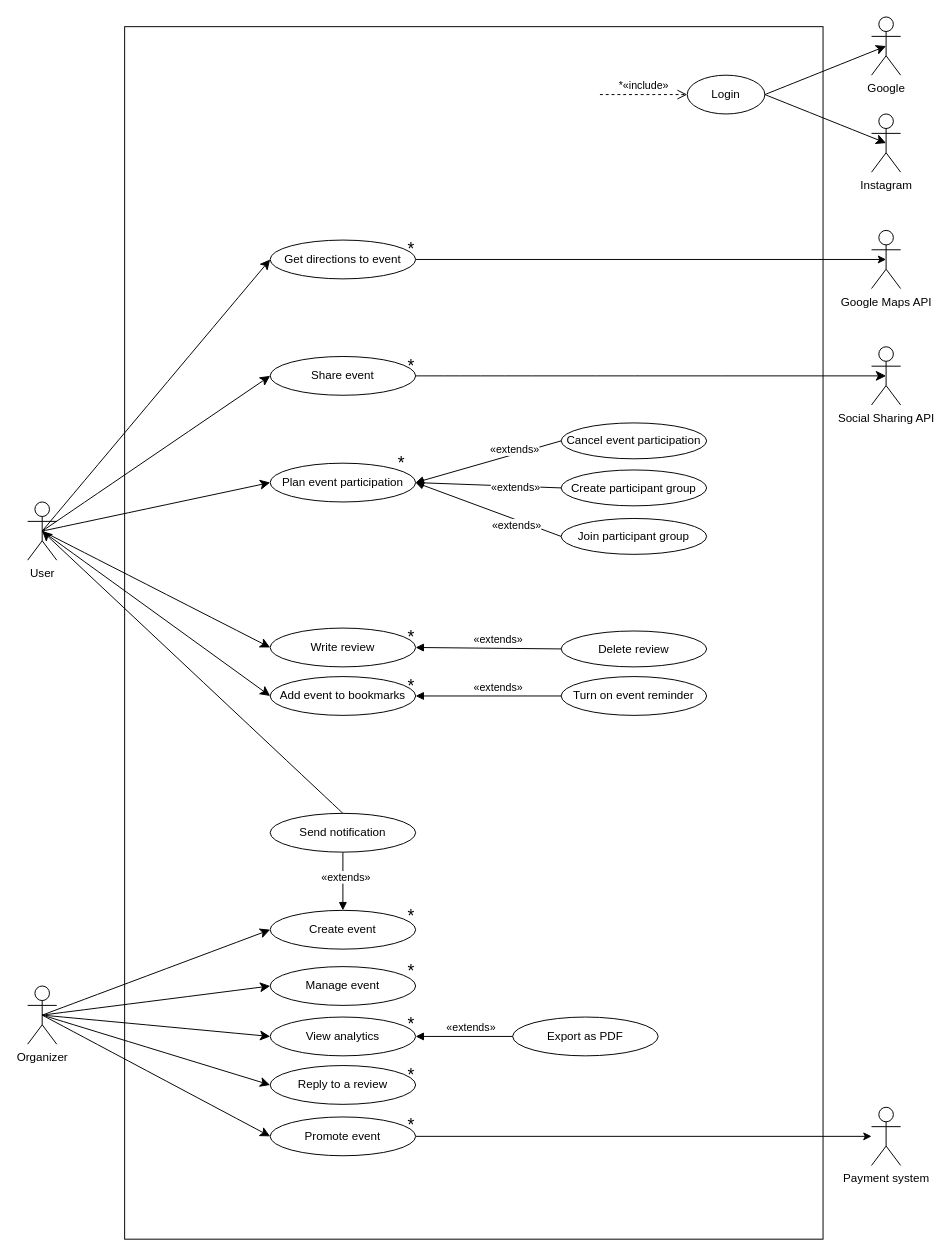
Earlier version of the draw.io diagram deliverables/UC - Use Case diagram/UC - diagram.drawio (DeveloperMatt02/NightPlan). Source tidied: cells renumbered, new cells numbered last; positions are measured from the earlier drawing's top-left corner, leaving out a move shared by most shapes. Both pictures are drawn from the tidied source at 97%, with x=0, y=0 at pixel (27, 16).
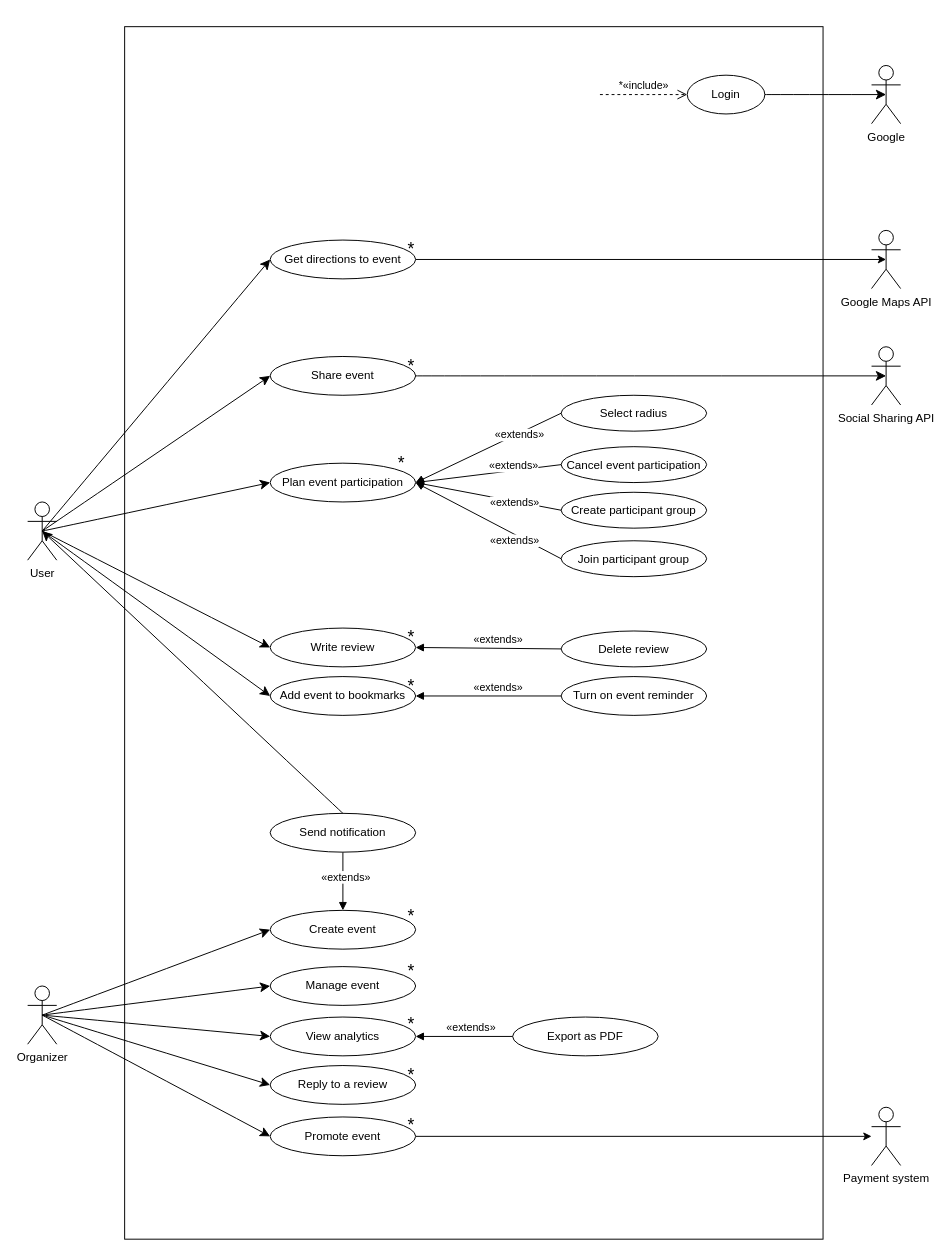
Above is the later version.

Unchanged cells that the change refers to:
```xml
<mxCell id="15" value="Plan event participation" style="ellipse;whiteSpace=wrap;html=1;" parent="1" vertex="1">
  <mxGeometry x="250" y="460" width="150" height="40" as="geometry" />
</mxCell>
<mxCell id="55" value="Login" style="ellipse;whiteSpace=wrap;html=1;" parent="1" vertex="1">
  <mxGeometry x="680" y="60" width="80" height="40" as="geometry" />
</mxCell>
```

What changed in the source:
```diff
@@
     <mxCell id="31" value="Cancel event participation" style="ellipse;whiteSpace=wrap;html=1;" parent="1" vertex="1">
-      <mxGeometry x="550" y="418.5" width="150" height="37" as="geometry" />
+      <mxGeometry x="550" y="443" width="150" height="37" as="geometry" />
     </mxCell>
@@
     <mxCell id="57" value="Google" style="shape=umlActor;verticalLabelPosition=bottom;verticalAlign=top;html=1;" parent="1" vertex="1">
-      <mxGeometry x="870" width="30" height="60" as="geometry" />
+      <mxGeometry x="870" y="50" width="30" height="60" as="geometry" />
     </mxCell>
     <mxCell id="58" value="Create participant group" style="ellipse;whiteSpace=wrap;html=1;" parent="1" vertex="1">
-      <mxGeometry x="550" y="467" width="150" height="37" as="geometry" />
+      <mxGeometry x="550" y="490" width="150" height="37" as="geometry" />
     </mxCell>
     <mxCell id="59" value="Join participant group" style="ellipse;whiteSpace=wrap;html=1;" parent="1" vertex="1">
-      <mxGeometry x="550" y="517" width="150" height="37" as="geometry" />
+      <mxGeometry x="550" y="540" width="150" height="37" as="geometry" />
     </mxCell>
@@
-    <mxCell id="62" value="Instagram" style="shape=umlActor;verticalLabelPosition=bottom;verticalAlign=top;html=1;" parent="1" vertex="1">
-      <mxGeometry x="870" y="100" width="30" height="60" as="geometry" />
-    </mxCell>
-    <mxCell id="63" style="edgeStyle=none;curved=1;rounded=0;jettySize=auto;html=1;fontSize=12;startSize=8;endSize=8;exitX=1;exitY=0.5;exitDx=0;exitDy=0;entryX=0.5;entryY=0.5;entryDx=0;entryDy=0;entryPerimeter=0;" parent="1" edge="1" source="55" target="62">
-      <mxGeometry relative="1" as="geometry" />
-    </mxCell>
+    <mxCell id="64" value="Select radius" style="ellipse;whiteSpace=wrap;html=1;" parent="1" vertex="1">
+      <mxGeometry x="550" y="390" width="150" height="37" as="geometry" />
+    </mxCell>
+    <mxCell id="65" value="«extends»" style="html=1;verticalAlign=bottom;endArrow=block;curved=0;rounded=0;exitX=0;exitY=0.5;exitDx=0;exitDy=0;entryX=1;entryY=0.5;entryDx=0;entryDy=0;" parent="1" edge="1" source="64" target="15">
+      <mxGeometry x="-0.38" y="10" relative="1" as="geometry" />
+    </mxCell>
```
